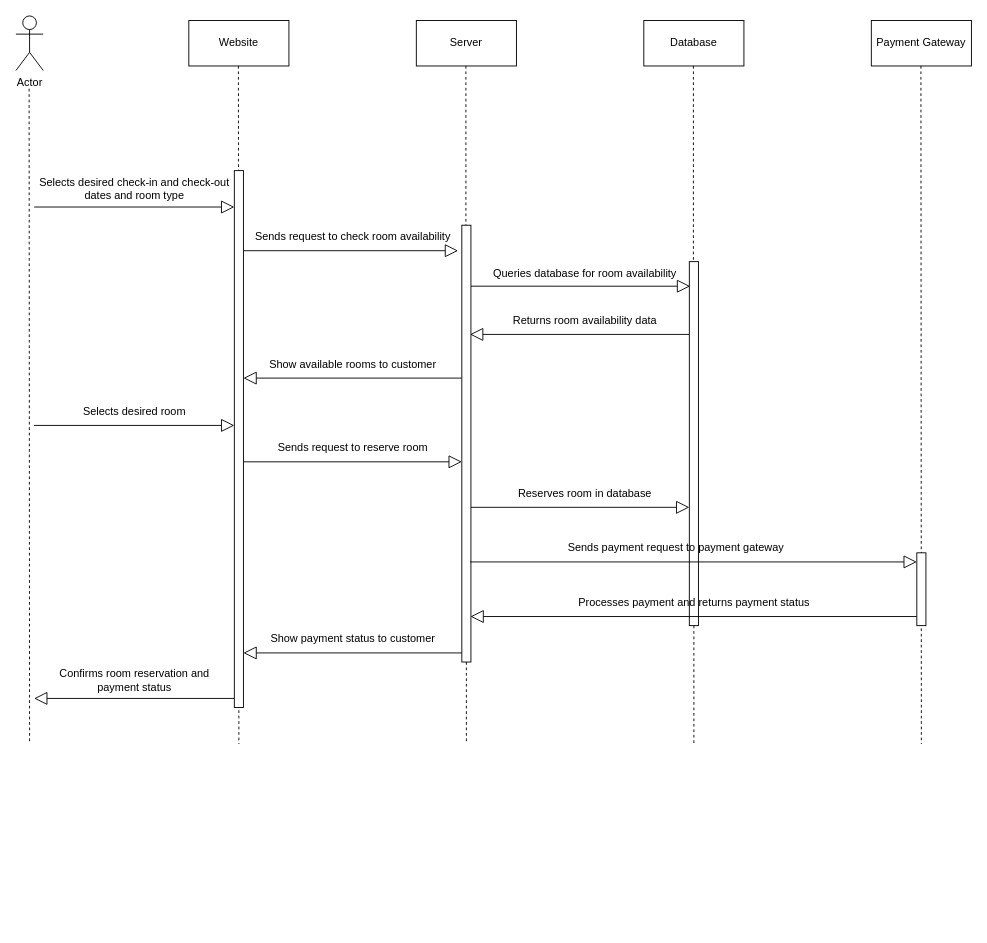
The draw.io diagram make room reservation.drawio in CodeSithum/sequencediagram, before the edit. Source tidied: cells renumbered, new cells numbered last; positions are measured from the earlier drawing's top-left corner, leaving out a move shared by most shapes. Both pictures are drawn from the tidied source at 91%, with x=0, y=0 at pixel (15, 15).
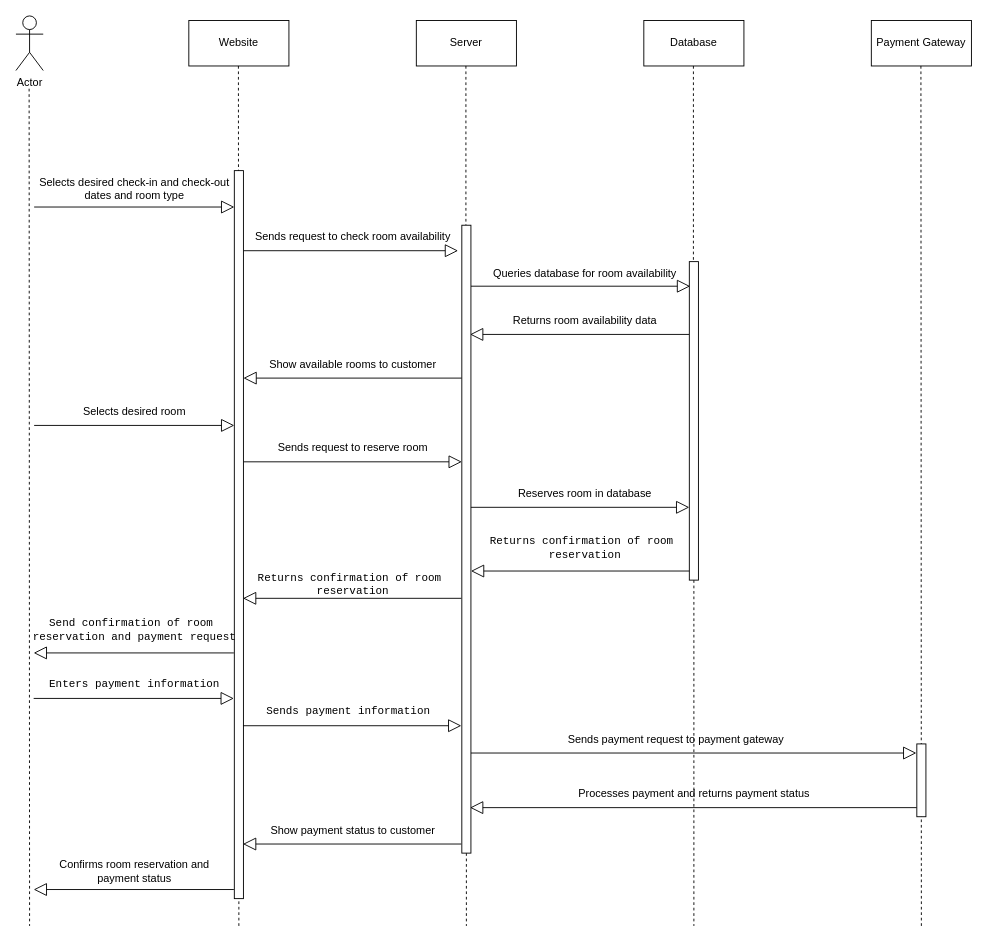
After the change.

Change to the diagram source:
```diff
@@
+    <mxCell id="38" style="endArrow=block;endFill=0;endSize=12;html=1;rounded=0;" parent="1" edge="1">
+      <mxGeometry relative="1" as="geometry">
+        <mxPoint x="498.5" y="810" as="sourcePoint" />
+        <mxPoint x="989.5" y="810" as="targetPoint" />
+      </mxGeometry>
+    </mxCell>
@@
     <mxCell id="5" style="endArrow=none;dashed=1;endFill=0;endSize=12;html=1;rounded=0;" parent="1" edge="1">
       <mxGeometry relative="1" as="geometry">
         <mxPoint x="14.5" y="80" as="sourcePoint" />
-        <mxPoint x="15" y="800" as="targetPoint" />
+        <mxPoint x="15" y="1000" as="targetPoint" />
       </mxGeometry>
     </mxCell>
     <mxCell id="6" style="endArrow=none;dashed=1;endFill=0;endSize=12;html=1;rounded=0;" parent="1" edge="1">
       <mxGeometry relative="1" as="geometry">
         <mxPoint x="244.5" y="55" as="sourcePoint" />
-        <mxPoint x="245" y="800" as="targetPoint" />
+        <mxPoint x="245" y="1000" as="targetPoint" />
       </mxGeometry>
     </mxCell>
     <mxCell id="7" style="endArrow=none;dashed=1;endFill=0;endSize=12;html=1;rounded=0;" parent="1" edge="1" source="34">
       <mxGeometry relative="1" as="geometry">
-        <mxPoint x="495" y="800" as="targetPoint" />
+        <mxPoint x="495" y="1000" as="targetPoint" />
       </mxGeometry>
     </mxCell>
@@
     <mxCell id="11" style="endArrow=none;dashed=1;endFill=0;endSize=12;html=1;rounded=0;" parent="1" edge="1" source="36">
       <mxGeometry relative="1" as="geometry">
-        <mxPoint x="745" y="800" as="targetPoint" />
+        <mxPoint x="745" y="1000" as="targetPoint" />
       </mxGeometry>
     </mxCell>
@@
     <mxCell id="19" style="endArrow=none;dashed=1;endFill=0;endSize=12;html=1;rounded=0;" parent="1" edge="1">
       <mxGeometry relative="1" as="geometry">
         <mxPoint x="994.5" y="55" as="sourcePoint" />
-        <mxPoint x="995" y="800" as="targetPoint" />
+        <mxPoint x="995" y="1000" as="targetPoint" />
       </mxGeometry>
     </mxCell>
     <mxCell id="20" value="Show payment status to customer" style="text;html=1;align=center;verticalAlign=middle;strokeColor=none;fillColor=none;" parent="1" vertex="1">
-      <mxGeometry x="265" y="670" width="210" height="30" as="geometry" />
+      <mxGeometry x="264.5" y="880" width="210" height="30" as="geometry" />
     </mxCell>
     <mxCell id="21" value="&lt;div&gt;Confirms room reservation and &lt;br&gt;&lt;/div&gt;&lt;div&gt;payment status&lt;/div&gt;" style="text;html=1;align=center;verticalAlign=middle;strokeColor=none;fillColor=none;" parent="1" vertex="1">
-      <mxGeometry x="35" y="710" width="190" height="40" as="geometry" />
+      <mxGeometry x="34.5" y="920" width="190" height="40" as="geometry" />
     </mxCell>
@@
     <mxCell id="24" style="endArrow=block;endFill=0;endSize=12;html=1;rounded=0;entryX=1;entryY=1;entryDx=0;entryDy=0;entryPerimeter=0;" parent="1" edge="1">
       <mxGeometry relative="1" as="geometry">
-        <mxPoint x="240" y="750" as="sourcePoint" />
-        <mxPoint x="20" y="750" as="targetPoint" />
+        <mxPoint x="239.5" y="960" as="sourcePoint" />
+        <mxPoint x="19.5" y="960" as="targetPoint" />
       </mxGeometry>
     </mxCell>
@@
     <mxCell id="28" style="endArrow=block;endFill=0;endSize=12;html=1;rounded=0;" parent="1" edge="1">
       <mxGeometry relative="1" as="geometry">
-        <mxPoint x="490" y="700" as="sourcePoint" />
-        <mxPoint x="250" y="700" as="targetPoint" />
+        <mxPoint x="489.5" y="910" as="sourcePoint" />
+        <mxPoint x="249.5" y="910" as="targetPoint" />
       </mxGeometry>
     </mxCell>
@@
     <mxCell id="32" style="html=1;perimeter=orthogonalPerimeter;targetShapes=umlLifeline;newEdgeStyle={&quot;edgeStyle&quot;:&quot;elbowEdgeStyle&quot;,&quot;elbow&quot;:&quot;vertical&quot;,&quot;curved&quot;:0,&quot;rounded&quot;:0};" parent="1" vertex="1">
-      <mxGeometry x="240" y="170" width="10" height="590" as="geometry" />
+      <mxGeometry x="240" y="170" width="10" height="800" as="geometry" />
     </mxCell>
@@
     <mxCell id="34" style="html=1;points=[];perimeter=orthogonalPerimeter;outlineConnect=0;targetShapes=umlLifeline;portConstraint=eastwest;newEdgeStyle={&quot;edgeStyle&quot;:&quot;elbowEdgeStyle&quot;,&quot;elbow&quot;:&quot;vertical&quot;,&quot;curved&quot;:0,&quot;rounded&quot;:0};" parent="1" vertex="1">
-      <mxGeometry x="490" y="230" width="10" height="480" as="geometry" />
+      <mxGeometry x="490" y="230" width="10" height="690" as="geometry" />
     </mxCell>
@@
-    <mxCell id="36" style="html=1;points=[];perimeter=orthogonalPerimeter;outlineConnect=0;targetShapes=umlLifeline;portConstraint=eastwest;newEdgeStyle={&quot;edgeStyle&quot;:&quot;elbowEdgeStyle&quot;,&quot;elbow&quot;:&quot;vertical&quot;,&quot;curved&quot;:0,&quot;rounded&quot;:0};" parent="1" vertex="1">
-      <mxGeometry x="740" y="270" width="10" height="400" as="geometry" />
-    </mxCell>
     <mxCell id="37" style="endArrow=block;endFill=0;endSize=12;html=1;rounded=0;" parent="1" edge="1">
       <mxGeometry relative="1" as="geometry">
-        <mxPoint x="990.5" y="660" as="sourcePoint" />
-        <mxPoint x="499.5" y="660" as="targetPoint" />
+        <mxPoint x="990" y="870" as="sourcePoint" />
+        <mxPoint x="499" y="870" as="targetPoint" />
       </mxGeometry>
     </mxCell>
-    <mxCell id="38" style="endArrow=block;endFill=0;endSize=12;html=1;rounded=0;" parent="1" edge="1">
-      <mxGeometry relative="1" as="geometry">
-        <mxPoint x="499" y="600" as="sourcePoint" />
-        <mxPoint x="990" y="600" as="targetPoint" />
-      </mxGeometry>
-    </mxCell>
     <mxCell id="39" style="html=1;perimeter=orthogonalPerimeter;targetShapes=umlLifeline;newEdgeStyle={&quot;edgeStyle&quot;:&quot;elbowEdgeStyle&quot;,&quot;elbow&quot;:&quot;vertical&quot;,&quot;curved&quot;:0,&quot;rounded&quot;:0};" parent="1" vertex="1">
-      <mxGeometry x="990" y="590" width="10" height="80" as="geometry" />
+      <mxGeometry x="990" y="800" width="10" height="80" as="geometry" />
     </mxCell>
     <mxCell id="40" value="&lt;div&gt;Sends payment request to payment gateway&lt;/div&gt;" style="text;html=1;align=center;verticalAlign=middle;strokeColor=none;fillColor=none;" parent="1" vertex="1">
-      <mxGeometry x="590" y="570" width="270" height="30" as="geometry" />
+      <mxGeometry x="589.5" y="780" width="270" height="30" as="geometry" />
     </mxCell>
     <mxCell id="41" value="&lt;div&gt;Processes payment and returns payment status&lt;/div&gt;" style="text;html=1;align=center;verticalAlign=middle;strokeColor=none;fillColor=none;" parent="1" vertex="1">
-      <mxGeometry x="600" y="630" width="290" height="30" as="geometry" />
+      <mxGeometry x="599.5" y="840" width="290" height="30" as="geometry" />
     </mxCell>
+    <mxCell id="42" value="&lt;pre&gt;&lt;code class=&quot;!whitespace-pre hljs language-rust&quot;&gt;Returns confirmation of room &lt;br&gt;reservation&lt;/code&gt;&lt;/pre&gt;" style="text;html=1;align=center;verticalAlign=middle;strokeColor=none;fillColor=none;" parent="1" vertex="1">
+      <mxGeometry x="510" y="550" width="230" height="70" as="geometry" />
+    </mxCell>
+    <mxCell id="43" value="&lt;pre&gt;&lt;code class=&quot;!whitespace-pre hljs language-rust&quot;&gt;Returns confirmation of room &lt;br&gt;reservation&lt;/code&gt;&lt;/pre&gt;" style="text;html=1;align=center;verticalAlign=middle;strokeColor=none;fillColor=none;" parent="1" vertex="1">
+      <mxGeometry x="254.5" y="590" width="230" height="70" as="geometry" />
+    </mxCell>
+    <mxCell id="44" value="&lt;pre&gt;&lt;code class=&quot;!whitespace-pre hljs language-rust&quot;&gt;Send confirmation of room &lt;br&gt;reservation and payment &lt;/code&gt;&lt;code class=&quot;!whitespace-pre hljs language-rust&quot;&gt;request&lt;/code&gt;&lt;/pre&gt;" style="text;html=1;align=center;verticalAlign=middle;strokeColor=none;fillColor=none;" parent="1" vertex="1">
+      <mxGeometry x="10" y="640" width="240" height="70" as="geometry" />
+    </mxCell>
+    <mxCell id="45" value="&lt;pre&gt;&lt;code class=&quot;!whitespace-pre hljs language-rust&quot;&gt;Enters payment information&lt;/code&gt;&lt;/pre&gt;" style="text;html=1;align=center;verticalAlign=middle;strokeColor=none;fillColor=none;" parent="1" vertex="1">
+      <mxGeometry x="24.5" y="710" width="210" height="50" as="geometry" />
+    </mxCell>
+    <mxCell id="46" value="&lt;pre&gt;&lt;code class=&quot;!whitespace-pre hljs language-rust&quot;&gt;Sends payment information&lt;/code&gt;&lt;/pre&gt;" style="text;html=1;align=center;verticalAlign=middle;strokeColor=none;fillColor=none;" parent="1" vertex="1">
+      <mxGeometry x="264.5" y="740" width="200" height="50" as="geometry" />
+    </mxCell>
+    <mxCell id="47" style="endArrow=block;endFill=0;endSize=12;html=1;rounded=0;entryX=1.004;entryY=0.967;entryDx=0;entryDy=0;entryPerimeter=0;" parent="1" edge="1">
+      <mxGeometry relative="1" as="geometry">
+        <mxPoint x="741" y="610" as="sourcePoint" />
+        <mxPoint x="500" y="610" as="targetPoint" />
+      </mxGeometry>
+    </mxCell>
+    <mxCell id="36" style="html=1;points=[];perimeter=orthogonalPerimeter;outlineConnect=0;targetShapes=umlLifeline;portConstraint=eastwest;newEdgeStyle={&quot;edgeStyle&quot;:&quot;elbowEdgeStyle&quot;,&quot;elbow&quot;:&quot;vertical&quot;,&quot;curved&quot;:0,&quot;rounded&quot;:0};" parent="1" vertex="1">
+      <mxGeometry x="740" y="270" width="10" height="350" as="geometry" />
+    </mxCell>
+    <mxCell id="48" style="endArrow=block;endFill=0;endSize=12;html=1;rounded=0;" parent="1" edge="1">
+      <mxGeometry relative="1" as="geometry">
+        <mxPoint x="489.5" y="640" as="sourcePoint" />
+        <mxPoint x="249.5" y="640" as="targetPoint" />
+      </mxGeometry>
+    </mxCell>
+    <mxCell id="49" style="endArrow=block;endFill=0;endSize=12;html=1;rounded=0;entryX=1;entryY=1;entryDx=0;entryDy=0;entryPerimeter=0;" parent="1" edge="1">
+      <mxGeometry relative="1" as="geometry">
+        <mxPoint x="239.5" y="700" as="sourcePoint" />
+        <mxPoint x="19.5" y="700" as="targetPoint" />
+      </mxGeometry>
+    </mxCell>
+    <mxCell id="50" style="endArrow=block;endFill=0;endSize=12;html=1;rounded=0;entryX=1;entryY=1;entryDx=0;entryDy=0;entryPerimeter=0;" parent="1" edge="1">
+      <mxGeometry relative="1" as="geometry">
+        <mxPoint x="19.5" y="750" as="sourcePoint" />
+        <mxPoint x="239.5" y="750" as="targetPoint" />
+      </mxGeometry>
+    </mxCell>
+    <mxCell id="51" style="endArrow=block;endFill=0;endSize=12;html=1;rounded=0;" parent="1" edge="1">
+      <mxGeometry relative="1" as="geometry">
+        <mxPoint x="249.5" y="780" as="sourcePoint" />
+        <mxPoint x="489.5" y="780" as="targetPoint" />
+      </mxGeometry>
+    </mxCell>
```
